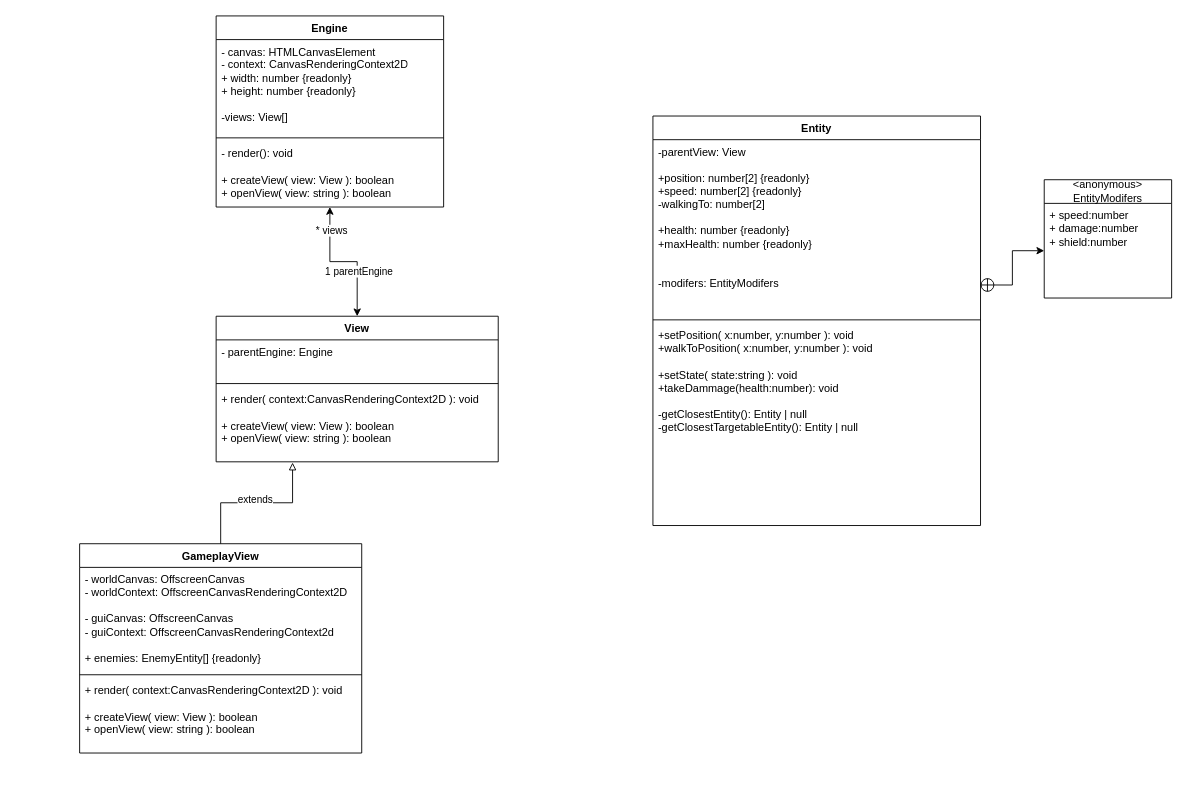
The draw.io diagram Class Structure.drawio in waitimconfused/compscig12-towerdefense, before the edit. Source tidied: cells renumbered, new cells numbered last; positions are measured from the earlier drawing's top-left corner, leaving out a move shared by most shapes. Both pictures are drawn from the tidied source at 91%, with x=0, y=0 at pixel (79, 15).
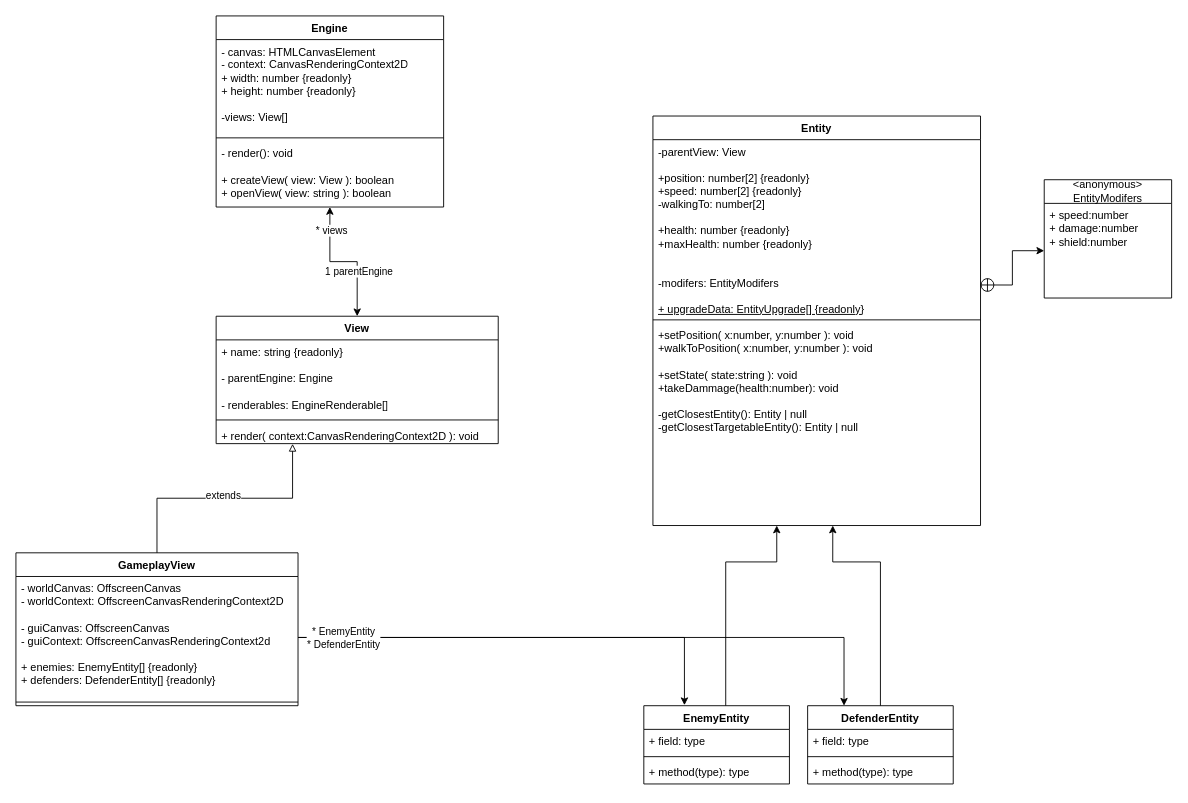
After the change.

Unchanged cells that the change refers to:
```xml
<mxCell id="2" value="Entity" style="swimlane;fontStyle=1;align=center;verticalAlign=top;horizontal=1;startSize=26;whiteSpace=wrap;html=1;" parent="1" vertex="1">
  <mxGeometry x="630" y="110" width="360" height="450" as="geometry" />
</mxCell>
<mxCell id="5" value="&lt;div&gt;+setPosition(&amp;nbsp;x:number, y:number ): void&lt;/div&gt;&lt;div&gt;+walkToPosition( x:number,&amp;nbsp;y:number ): void&lt;/div&gt;&lt;div&gt;&lt;br&gt;&lt;/div&gt;&lt;div&gt;+setState( state:string ): void&lt;/div&gt;&lt;div&gt;+takeDammage(health:number): void&lt;/div&gt;&lt;div&gt;&lt;br&gt;&lt;/div&gt;&lt;div&gt;-getClosestEntity(): Entity | null&lt;/div&gt;&lt;div&gt;-getClosestTargetableEntity(): Entity | null&lt;/div&gt;" style="text;strokeColor=none;fillColor=none;align=left;verticalAlign=top;spacingLeft=4;spacingRight=4;overflow=hidden;points=[[0,0.5],[1,0.5]];portConstraint=eastwest;whiteSpace=wrap;html=1;" parent="2" vertex="1">
  <mxGeometry y="228" width="360" height="222" as="geometry" />
</mxCell>
```

What changed in the source:
```diff
@@
-    <mxCell id="3" value="&lt;div&gt;-parentView: View&lt;/div&gt;&lt;div&gt;&lt;br&gt;&lt;/div&gt;&lt;div&gt;+position: number[2] {readonly}&lt;/div&gt;&lt;div&gt;+speed: number[2] {readonly}&lt;/div&gt;&lt;div&gt;-walkingTo: number[2]&lt;/div&gt;&lt;div&gt;&lt;br&gt;&lt;/div&gt;&lt;div&gt;+health: number {readonly}&lt;/div&gt;&lt;div&gt;+maxHealth: number {readonly}&lt;/div&gt;&lt;div&gt;&lt;br&gt;&lt;/div&gt;&lt;div&gt;&lt;br&gt;&lt;/div&gt;&lt;div&gt;-modifers: EntityModifers&lt;/div&gt;" style="text;strokeColor=none;fillColor=none;align=left;verticalAlign=top;spacingLeft=4;spacingRight=4;overflow=hidden;points=[[0,0.5],[1,0.5]];portConstraint=eastwest;whiteSpace=wrap;html=1;" parent="2" vertex="1">
+    <mxCell id="3" value="&lt;div&gt;-parentView: View&lt;/div&gt;&lt;div&gt;&lt;br&gt;&lt;/div&gt;&lt;div&gt;+position: number[2] {readonly}&lt;/div&gt;&lt;div&gt;+speed: number[2] {readonly}&lt;/div&gt;&lt;div&gt;-walkingTo: number[2]&lt;/div&gt;&lt;div&gt;&lt;br&gt;&lt;/div&gt;&lt;div&gt;+health: number {readonly}&lt;/div&gt;&lt;div&gt;+maxHealth: number {readonly}&lt;/div&gt;&lt;div&gt;&lt;br&gt;&lt;/div&gt;&lt;div&gt;&lt;br&gt;&lt;/div&gt;&lt;div&gt;-modifers: EntityModifers&lt;/div&gt;&lt;div&gt;&lt;br&gt;&lt;/div&gt;&lt;div&gt;&lt;u&gt;+ upgradeData: EntityUpgrade[] {readonly}&lt;/u&gt;&lt;/div&gt;" style="text;strokeColor=none;fillColor=none;align=left;verticalAlign=top;spacingLeft=4;spacingRight=4;overflow=hidden;points=[[0,0.5],[1,0.5]];portConstraint=eastwest;whiteSpace=wrap;html=1;" parent="2" vertex="1">
       <mxGeometry y="26" width="360" height="194" as="geometry" />
     </mxCell>
@@
     <mxCell id="16" value="View" style="swimlane;fontStyle=1;align=center;verticalAlign=top;horizontal=1;startSize=26;whiteSpace=wrap;html=1;" parent="1" vertex="1">
-      <mxGeometry x="150" y="330" width="310" height="160" as="geometry" />
+      <mxGeometry x="150" y="330" width="310" height="140" as="geometry" />
     </mxCell>
-    <mxCell id="17" value="&lt;div&gt;- parentEngine: Engine&lt;/div&gt;" style="text;strokeColor=none;fillColor=none;align=left;verticalAlign=top;spacingLeft=4;spacingRight=4;overflow=hidden;whiteSpace=wrap;html=1;" parent="16" vertex="1">
-      <mxGeometry y="26" width="310" height="44" as="geometry" />
+    <mxCell id="17" value="&lt;div&gt;+ name: string {readonly}&lt;/div&gt;&lt;div&gt;&lt;br&gt;&lt;/div&gt;&lt;div&gt;- parentEngine: Engine&lt;/div&gt;&lt;div&gt;&lt;br&gt;&lt;/div&gt;&lt;div&gt;- renderables: EngineRenderable[]&lt;/div&gt;" style="text;strokeColor=none;fillColor=none;align=left;verticalAlign=top;spacingLeft=4;spacingRight=4;overflow=hidden;whiteSpace=wrap;html=1;" parent="16" vertex="1">
+      <mxGeometry y="26" width="310" height="84" as="geometry" />
     </mxCell>
     <mxCell id="18" style="line;strokeWidth=1;fillColor=none;align=left;verticalAlign=middle;spacingTop=-1;spacingLeft=3;spacingRight=3;labelPosition=right;strokeColor=inherit;" parent="16" vertex="1">
-      <mxGeometry y="70" width="310" height="8" as="geometry" />
+      <mxGeometry y="110" width="310" height="8" as="geometry" />
     </mxCell>
-    <mxCell id="19" value="&lt;div&gt;+ render( context:CanvasRenderingContext2D ): void&lt;/div&gt;&lt;div&gt;&lt;br&gt;&lt;/div&gt;&lt;div&gt;&lt;div&gt;&lt;/div&gt;&lt;div&gt;+ createView( view: View ): boolean&lt;/div&gt;&lt;/div&gt;&lt;div&gt;+ openView( view: string ): boolean&lt;/div&gt;" style="text;strokeColor=none;fillColor=none;align=left;verticalAlign=top;spacingLeft=4;spacingRight=4;overflow=hidden;points=[[0,0.5],[1,0.5]];portConstraint=eastwest;whiteSpace=wrap;html=1;" parent="16" vertex="1">
-      <mxGeometry y="78" width="310" height="82" as="geometry" />
+    <mxCell id="19" value="&lt;div&gt;+ render( context:CanvasRenderingContext2D ): void&lt;/div&gt;" style="text;strokeColor=none;fillColor=none;align=left;verticalAlign=top;spacingLeft=4;spacingRight=4;overflow=hidden;points=[[0,0.5],[1,0.5]];portConstraint=eastwest;whiteSpace=wrap;html=1;" parent="16" vertex="1">
+      <mxGeometry y="118" width="310" height="22" as="geometry" />
     </mxCell>
     <mxCell id="20" value="GameplayView" style="swimlane;fontStyle=1;align=center;verticalAlign=top;horizontal=1;startSize=26;whiteSpace=wrap;html=1;" parent="1" vertex="1">
-      <mxGeometry y="580" width="310" height="230" as="geometry" />
+      <mxGeometry x="-70" y="590" width="310" height="168" as="geometry" />
     </mxCell>
-    <mxCell id="21" value="&lt;div&gt;- worldCanvas: OffscreenCanvas&lt;/div&gt;&lt;div&gt;- worldContext: OffscreenCanvasRenderingContext2D&lt;/div&gt;&lt;div&gt;&lt;br&gt;&lt;/div&gt;&lt;div&gt;- guiCanvas: OffscreenCanvas&lt;/div&gt;&lt;div&gt;- guiContext: OffscreenCanvasRenderingContext2d&lt;/div&gt;&lt;div&gt;&lt;br&gt;&lt;/div&gt;&lt;div&gt;+ enemies: EnemyEntity[] {readonly}&lt;/div&gt;" style="text;strokeColor=none;fillColor=none;align=left;verticalAlign=top;spacingLeft=4;spacingRight=4;overflow=hidden;points=[[0,0.5],[1,0.5]];portConstraint=eastwest;whiteSpace=wrap;html=1;" parent="20" vertex="1">
-      <mxGeometry y="26" width="310" height="114" as="geometry" />
+    <mxCell id="21" value="&lt;div&gt;- worldCanvas: OffscreenCanvas&lt;/div&gt;&lt;div&gt;- worldContext: OffscreenCanvasRenderingContext2D&lt;/div&gt;&lt;div&gt;&lt;br&gt;&lt;/div&gt;&lt;div&gt;- guiCanvas: OffscreenCanvas&lt;/div&gt;&lt;div&gt;- guiContext: OffscreenCanvasRenderingContext2d&lt;/div&gt;&lt;div&gt;&lt;br&gt;&lt;/div&gt;&lt;div&gt;+ enemies: EnemyEntity[] {readonly}&lt;/div&gt;&lt;div&gt;+ defenders: DefenderEntity[] {readonly}&lt;/div&gt;" style="text;strokeColor=none;fillColor=none;align=left;verticalAlign=top;spacingLeft=4;spacingRight=4;overflow=hidden;points=[[0,0.5],[1,0.5]];portConstraint=eastwest;whiteSpace=wrap;html=1;" parent="20" vertex="1">
+      <mxGeometry y="26" width="310" height="134" as="geometry" />
     </mxCell>
     <mxCell id="22" style="line;strokeWidth=1;fillColor=none;align=left;verticalAlign=middle;spacingTop=-1;spacingLeft=3;spacingRight=3;labelPosition=right;strokeColor=inherit;" parent="20" vertex="1">
-      <mxGeometry y="140" width="310" height="8" as="geometry" />
+      <mxGeometry y="160" width="310" height="8" as="geometry" />
     </mxCell>
-    <mxCell id="23" value="&lt;div&gt;+ render( context:CanvasRenderingContext2D ): void&lt;/div&gt;&lt;div&gt;&lt;br&gt;&lt;/div&gt;&lt;div&gt;&lt;div&gt;&lt;/div&gt;&lt;div&gt;+ createView( view: View ): boolean&lt;/div&gt;&lt;/div&gt;&lt;div&gt;+ openView( view: string ): boolean&lt;/div&gt;" style="text;strokeColor=none;fillColor=none;align=left;verticalAlign=top;spacingLeft=4;spacingRight=4;overflow=hidden;whiteSpace=wrap;html=1;" parent="20" vertex="1">
-      <mxGeometry y="148" width="310" height="82" as="geometry" />
-    </mxCell>
@@
+    <mxCell id="26" value="EnemyEntity" style="swimlane;fontStyle=1;align=center;verticalAlign=top;horizontal=1;startSize=26;whiteSpace=wrap;html=1;" parent="1" vertex="1">
+      <mxGeometry x="620" y="758" width="160" height="86" as="geometry" />
+    </mxCell>
+    <mxCell id="27" value="+ field: type" style="text;strokeColor=none;fillColor=none;align=left;verticalAlign=top;spacingLeft=4;spacingRight=4;overflow=hidden;whiteSpace=wrap;html=1;" parent="26" vertex="1">
+      <mxGeometry y="26" width="160" height="26" as="geometry" />
+    </mxCell>
+    <mxCell id="28" style="line;strokeWidth=1;fillColor=none;align=left;verticalAlign=middle;spacingTop=-1;spacingLeft=3;spacingRight=3;labelPosition=right;strokeColor=inherit;" parent="26" vertex="1">
+      <mxGeometry y="52" width="160" height="8" as="geometry" />
+    </mxCell>
+    <mxCell id="29" value="+ method(type): type" style="text;strokeColor=none;fillColor=none;align=left;verticalAlign=top;spacingLeft=4;spacingRight=4;overflow=hidden;whiteSpace=wrap;html=1;" parent="26" vertex="1">
+      <mxGeometry y="60" width="160" height="26" as="geometry" />
+    </mxCell>
+    <mxCell id="30" value="&lt;div&gt;DefenderEntity&lt;/div&gt;" style="swimlane;fontStyle=1;align=center;verticalAlign=top;horizontal=1;startSize=26;whiteSpace=wrap;html=1;" parent="1" vertex="1">
+      <mxGeometry x="800" y="758" width="160" height="86" as="geometry" />
+    </mxCell>
+    <mxCell id="31" value="+ field: type" style="text;strokeColor=none;fillColor=none;align=left;verticalAlign=top;spacingLeft=4;spacingRight=4;overflow=hidden;whiteSpace=wrap;html=1;" parent="30" vertex="1">
+      <mxGeometry y="26" width="160" height="26" as="geometry" />
+    </mxCell>
+    <mxCell id="32" style="line;strokeWidth=1;fillColor=none;align=left;verticalAlign=middle;spacingTop=-1;spacingLeft=3;spacingRight=3;labelPosition=right;strokeColor=inherit;" parent="30" vertex="1">
+      <mxGeometry y="52" width="160" height="8" as="geometry" />
+    </mxCell>
+    <mxCell id="33" value="+ method(type): type" style="text;strokeColor=none;fillColor=none;align=left;verticalAlign=top;spacingLeft=4;spacingRight=4;overflow=hidden;whiteSpace=wrap;html=1;" parent="30" vertex="1">
+      <mxGeometry y="60" width="160" height="26" as="geometry" />
+    </mxCell>
+    <mxCell id="34" style="edgeStyle=orthogonalEdgeStyle;rounded=0;jettySize=auto;html=1;entryX=0.378;entryY=1;entryDx=0;entryDy=0;entryPerimeter=0;" parent="1" edge="1" source="26" target="5">
+      <mxGeometry relative="1" as="geometry">
+        <Array as="points">
+          <mxPoint x="710" y="600" />
+          <mxPoint x="766" y="600" />
+        </Array>
+      </mxGeometry>
+    </mxCell>
+    <mxCell id="35" style="edgeStyle=orthogonalEdgeStyle;rounded=0;jettySize=auto;html=1;entryX=0.549;entryY=1;entryDx=0;entryDy=0;entryPerimeter=0;" parent="1" edge="1" source="30" target="5">
+      <mxGeometry relative="1" as="geometry">
+        <Array as="points">
+          <mxPoint x="880" y="600" />
+          <mxPoint x="828" y="600" />
+        </Array>
+      </mxGeometry>
+    </mxCell>
+    <mxCell id="36" style="edgeStyle=orthogonalEdgeStyle;rounded=0;jettySize=auto;html=1;exitX=1;exitY=0.5;exitDx=0;exitDy=0;entryX=0.279;entryY=-0.007;entryDx=0;entryDy=0;entryPerimeter=0;" parent="1" edge="1" source="21" target="26">
+      <mxGeometry relative="1" as="geometry" />
+    </mxCell>
+    <mxCell id="37" style="edgeStyle=orthogonalEdgeStyle;rounded=0;jettySize=auto;html=1;entryX=0.25;entryY=0;entryDx=0;entryDy=0;" parent="1" edge="1" source="21" target="30">
+      <mxGeometry relative="1" as="geometry" />
+    </mxCell>
+    <mxCell id="38" value="&lt;div&gt;* EnemyEntity&lt;/div&gt;&lt;div&gt;* DefenderEntity&lt;/div&gt;" style="edgeLabel;html=1;align=center;verticalAlign=middle;" parent="37" vertex="1">
+      <mxGeometry x="-0.96" relative="1" as="geometry">
+        <mxPoint x="35" as="offset" />
+      </mxGeometry>
+    </mxCell>
```
